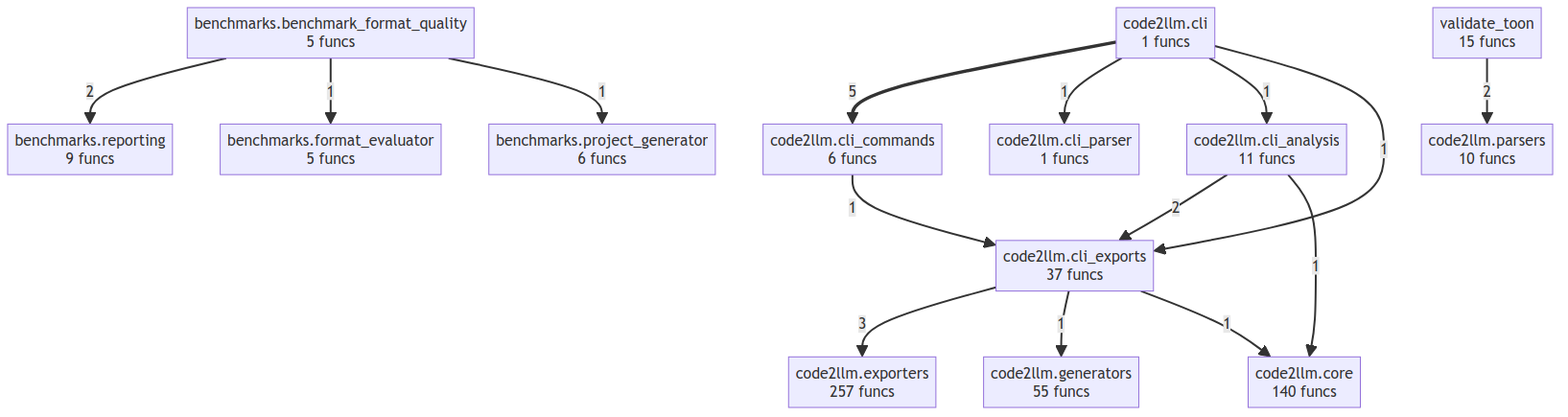
Earlier version of the Mermaid export project/compact_flow.png (wronai/code2flow). Its source is kept beside it as project/compact_flow.mmd. The source it was exported from:
```mermaid
flowchart TD
    benchmarks_benchmark_format_quality["benchmarks.benchmark_format_quality<br/>5 funcs"]
    benchmarks_format_evaluator["benchmarks.format_evaluator<br/>5 funcs"]
    benchmarks_project_generator["benchmarks.project_generator<br/>6 funcs"]
    benchmarks_reporting["benchmarks.reporting<br/>9 funcs"]
    code2llm_cli["code2llm.cli<br/>1 funcs"]
    code2llm_cli_analysis["code2llm.cli_analysis<br/>11 funcs"]
    code2llm_cli_commands["code2llm.cli_commands<br/>6 funcs"]
    code2llm_cli_exports["code2llm.cli_exports<br/>37 funcs"]
    code2llm_cli_parser["code2llm.cli_parser<br/>1 funcs"]
    code2llm_core["code2llm.core<br/>140 funcs"]
    code2llm_exporters["code2llm.exporters<br/>257 funcs"]
    code2llm_generators["code2llm.generators<br/>55 funcs"]
    code2llm_parsers["code2llm.parsers<br/>10 funcs"]
    validate_toon["validate_toon<br/>15 funcs"]
    code2llm_cli ==>|5| code2llm_cli_commands
    code2llm_cli_exports -->|3| code2llm_exporters
    validate_toon -->|2| code2llm_parsers
    code2llm_cli_analysis -->|2| code2llm_cli_exports
    benchmarks_benchmark_format_quality -->|2| benchmarks_reporting
    code2llm_cli -->|1| code2llm_cli_parser
    code2llm_cli -->|1| code2llm_cli_analysis
    code2llm_cli -->|1| code2llm_cli_exports
    code2llm_cli_analysis -->|1| code2llm_core
    code2llm_cli_commands -->|1| code2llm_cli_exports
    benchmarks_benchmark_format_quality -->|1| benchmarks_format_evaluator
    benchmarks_benchmark_format_quality -->|1| benchmarks_project_generator
    code2llm_cli_exports -->|1| code2llm_generators
    code2llm_cli_exports -->|1| code2llm_core
```
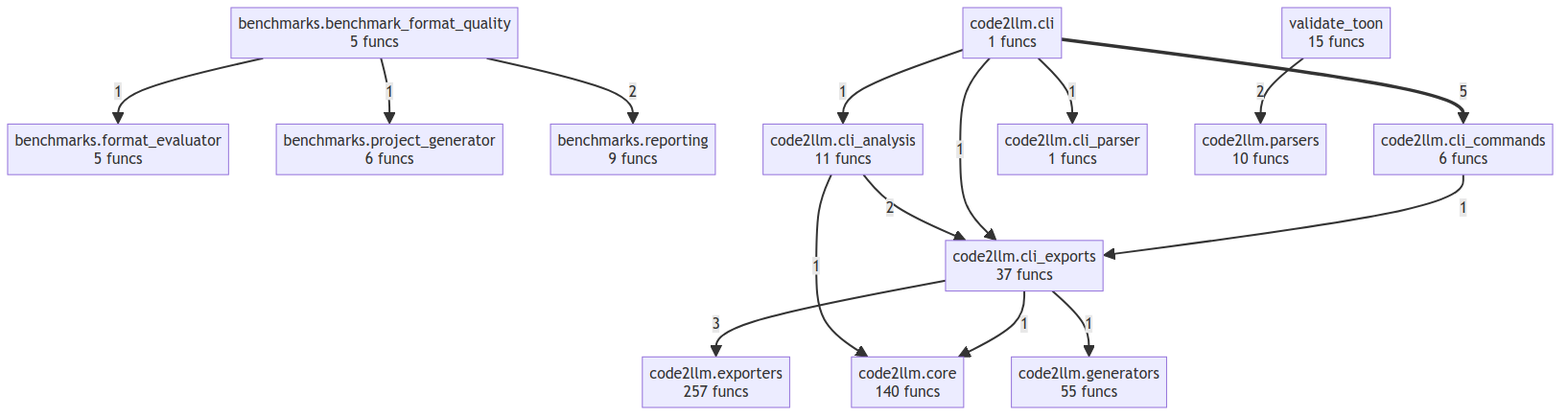
Later version of the same file.

What changed in the source:
```diff
@@ -25,5 +25,5 @@
     code2llm_cli_commands -->|1| code2llm_cli_exports
     benchmarks_benchmark_format_quality -->|1| benchmarks_format_evaluator
     benchmarks_benchmark_format_quality -->|1| benchmarks_project_generator
+    code2llm_cli_exports -->|1| code2llm_core
     code2llm_cli_exports -->|1| code2llm_generators
-    code2llm_cli_exports -->|1| code2llm_core
```
